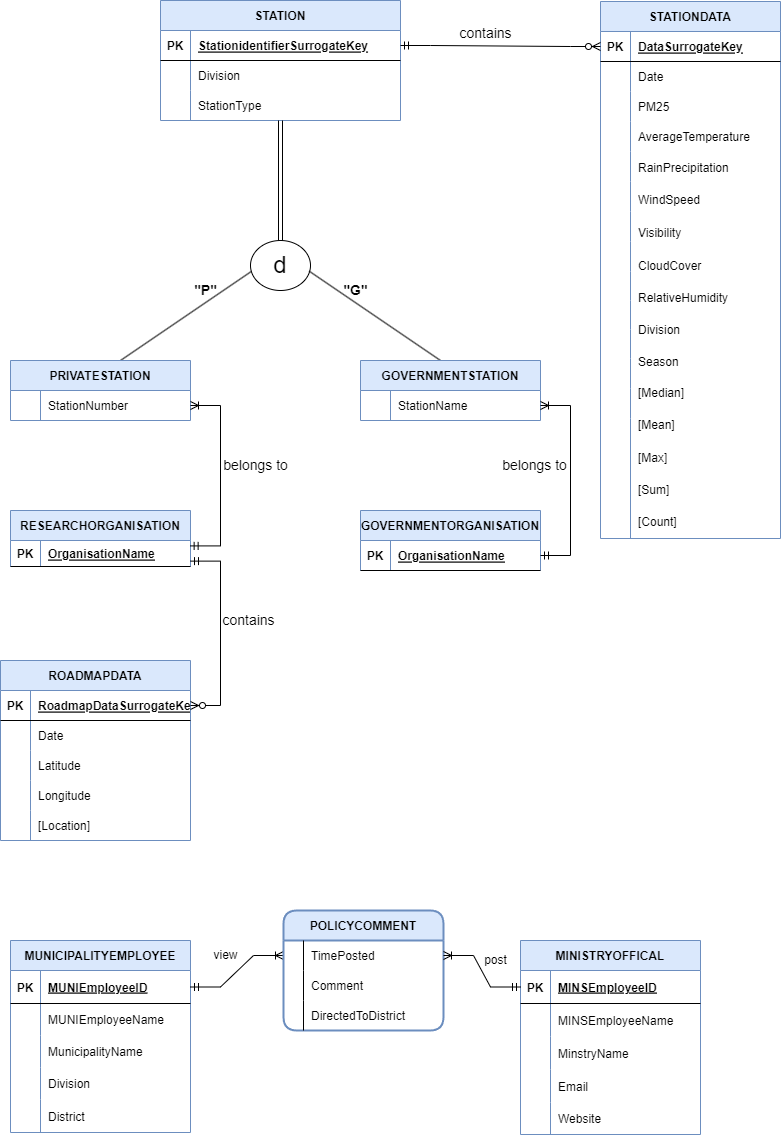
This is ERDFinal.drawio.png from toushifhossain1/AirQualityMonitoringOfBangladesh, a draw.io export, as it was before one commit. Source tidied: cells renumbered, new cells last; positions are measured from the earlier drawing's top-left corner, leaving out a move shared by most shapes.
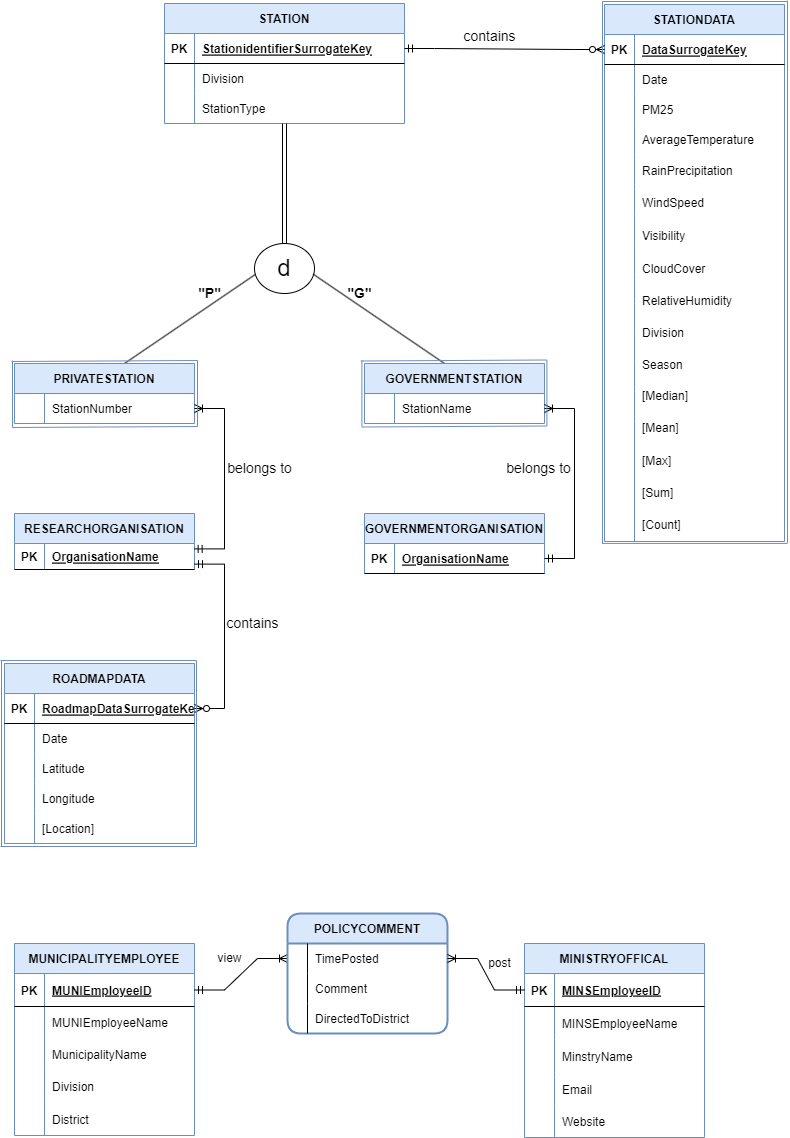
The same file after the commit.

Commit message:
TOTALLY FININSHED

What changed in the source:
```diff
@@ -483,5 +483,101 @@
     <mxCell id="160" value="contains" style="text;html=1;align=center;verticalAlign=middle;strokeColor=none;fillColor=none;fontSize=14;" parent="1" vertex="1">
       <mxGeometry x="450" y="18" width="70" height="29" as="geometry" />
     </mxCell>
+    <mxCell id="161" style="endArrow=none;html=1;rounded=0;fontSize=14;fillColor=#dae8fc;strokeColor=#6c8ebf;" parent="1" edge="1">
+      <mxGeometry relative="1" as="geometry">
+        <mxPoint x="8" y="424" as="sourcePoint" />
+        <mxPoint x="8" y="357" as="targetPoint" />
+      </mxGeometry>
+    </mxCell>
+    <mxCell id="162" style="endArrow=none;html=1;rounded=0;fontSize=14;fillColor=#dae8fc;strokeColor=#6c8ebf;" parent="1" edge="1">
+      <mxGeometry relative="1" as="geometry">
+        <mxPoint x="193" y="357" as="sourcePoint" />
+        <mxPoint x="7" y="358" as="targetPoint" />
+      </mxGeometry>
+    </mxCell>
+    <mxCell id="163" style="endArrow=none;html=1;rounded=0;fontSize=14;fillColor=#dae8fc;strokeColor=#6c8ebf;" parent="1" edge="1">
+      <mxGeometry relative="1" as="geometry">
+        <mxPoint x="193" y="423" as="sourcePoint" />
+        <mxPoint x="8" y="424" as="targetPoint" />
+      </mxGeometry>
+    </mxCell>
+    <mxCell id="164" style="endArrow=none;html=1;rounded=0;fontSize=14;fillColor=#dae8fc;strokeColor=#6c8ebf;" parent="1" edge="1">
+      <mxGeometry relative="1" as="geometry">
+        <mxPoint x="193" y="423" as="sourcePoint" />
+        <mxPoint x="193" y="357" as="targetPoint" />
+      </mxGeometry>
+    </mxCell>
+    <mxCell id="165" style="endArrow=none;html=1;rounded=0;fontSize=14;fillColor=#dae8fc;strokeColor=#6c8ebf;" parent="1" edge="1">
+      <mxGeometry relative="1" as="geometry">
+        <mxPoint x="357.4" y="423.5" as="sourcePoint" />
+        <mxPoint x="357.4" y="356.5" as="targetPoint" />
+      </mxGeometry>
+    </mxCell>
+    <mxCell id="166" style="endArrow=none;html=1;rounded=0;fontSize=14;fillColor=#dae8fc;strokeColor=#6c8ebf;" parent="1" edge="1">
+      <mxGeometry relative="1" as="geometry">
+        <mxPoint x="542.4" y="356.5" as="sourcePoint" />
+        <mxPoint x="356.4" y="357.5" as="targetPoint" />
+      </mxGeometry>
+    </mxCell>
+    <mxCell id="167" style="endArrow=none;html=1;rounded=0;fontSize=14;fillColor=#dae8fc;strokeColor=#6c8ebf;" parent="1" edge="1">
+      <mxGeometry relative="1" as="geometry">
+        <mxPoint x="542.4" y="422.5" as="sourcePoint" />
+        <mxPoint x="357.4" y="423.5" as="targetPoint" />
+      </mxGeometry>
+    </mxCell>
+    <mxCell id="168" style="endArrow=none;html=1;rounded=0;fontSize=14;fillColor=#dae8fc;strokeColor=#6c8ebf;" parent="1" edge="1">
+      <mxGeometry relative="1" as="geometry">
+        <mxPoint x="542.4" y="422.5" as="sourcePoint" />
+        <mxPoint x="542.4" y="356.5" as="targetPoint" />
+      </mxGeometry>
+    </mxCell>
+    <mxCell id="169" style="endArrow=none;html=1;rounded=0;fontSize=14;fillColor=#dae8fc;strokeColor=#6c8ebf;" parent="1" edge="1">
+      <mxGeometry relative="1" as="geometry">
+        <mxPoint x="192" y="657" as="sourcePoint" />
+        <mxPoint x="-4" y="657" as="targetPoint" />
+      </mxGeometry>
+    </mxCell>
+    <mxCell id="170" style="endArrow=none;html=1;rounded=0;fontSize=14;fillColor=#dae8fc;strokeColor=#6c8ebf;" parent="1" edge="1">
+      <mxGeometry relative="1" as="geometry">
+        <mxPoint x="192.5" y="843" as="sourcePoint" />
+        <mxPoint x="-4" y="843" as="targetPoint" />
+      </mxGeometry>
+    </mxCell>
+    <mxCell id="171" style="endArrow=none;html=1;rounded=0;fontSize=14;fillColor=#dae8fc;strokeColor=#6c8ebf;" parent="1" edge="1">
+      <mxGeometry relative="1" as="geometry">
+        <mxPoint x="192" y="657" as="sourcePoint" />
+        <mxPoint x="192" y="843" as="targetPoint" />
+      </mxGeometry>
+    </mxCell>
+    <mxCell id="172" style="endArrow=none;html=1;rounded=0;fontSize=14;fillColor=#dae8fc;strokeColor=#6c8ebf;" parent="1" edge="1">
+      <mxGeometry relative="1" as="geometry">
+        <mxPoint x="-3" y="657" as="sourcePoint" />
+        <mxPoint x="-3" y="843" as="targetPoint" />
+      </mxGeometry>
+    </mxCell>
+    <mxCell id="173" style="endArrow=none;html=1;rounded=0;fontSize=14;strokeColor=#6C8EBF;" parent="1" edge="1">
+      <mxGeometry relative="1" as="geometry">
+        <mxPoint x="783" y="540" as="sourcePoint" />
+        <mxPoint x="783" y="-3" as="targetPoint" />
+      </mxGeometry>
+    </mxCell>
+    <mxCell id="174" style="endArrow=none;html=1;rounded=0;fontSize=14;strokeColor=#6C8EBF;" parent="1" edge="1">
+      <mxGeometry relative="1" as="geometry">
+        <mxPoint x="598" y="540" as="sourcePoint" />
+        <mxPoint x="598" y="-2" as="targetPoint" />
+      </mxGeometry>
+    </mxCell>
+    <mxCell id="175" style="endArrow=none;html=1;rounded=0;fontSize=14;strokeColor=#6C8EBF;" parent="1" edge="1">
+      <mxGeometry relative="1" as="geometry">
+        <mxPoint x="598" y="-2" as="sourcePoint" />
+        <mxPoint x="783" y="-2" as="targetPoint" />
+      </mxGeometry>
+    </mxCell>
+    <mxCell id="176" style="endArrow=none;html=1;rounded=0;fontSize=14;strokeColor=#6C8EBF;" parent="1" edge="1">
+      <mxGeometry relative="1" as="geometry">
+        <mxPoint x="597.5" y="539.9" as="sourcePoint" />
+        <mxPoint x="782.5" y="539.9" as="targetPoint" />
+      </mxGeometry>
+    </mxCell>
   </root>
 </mxGraphModel>
```
